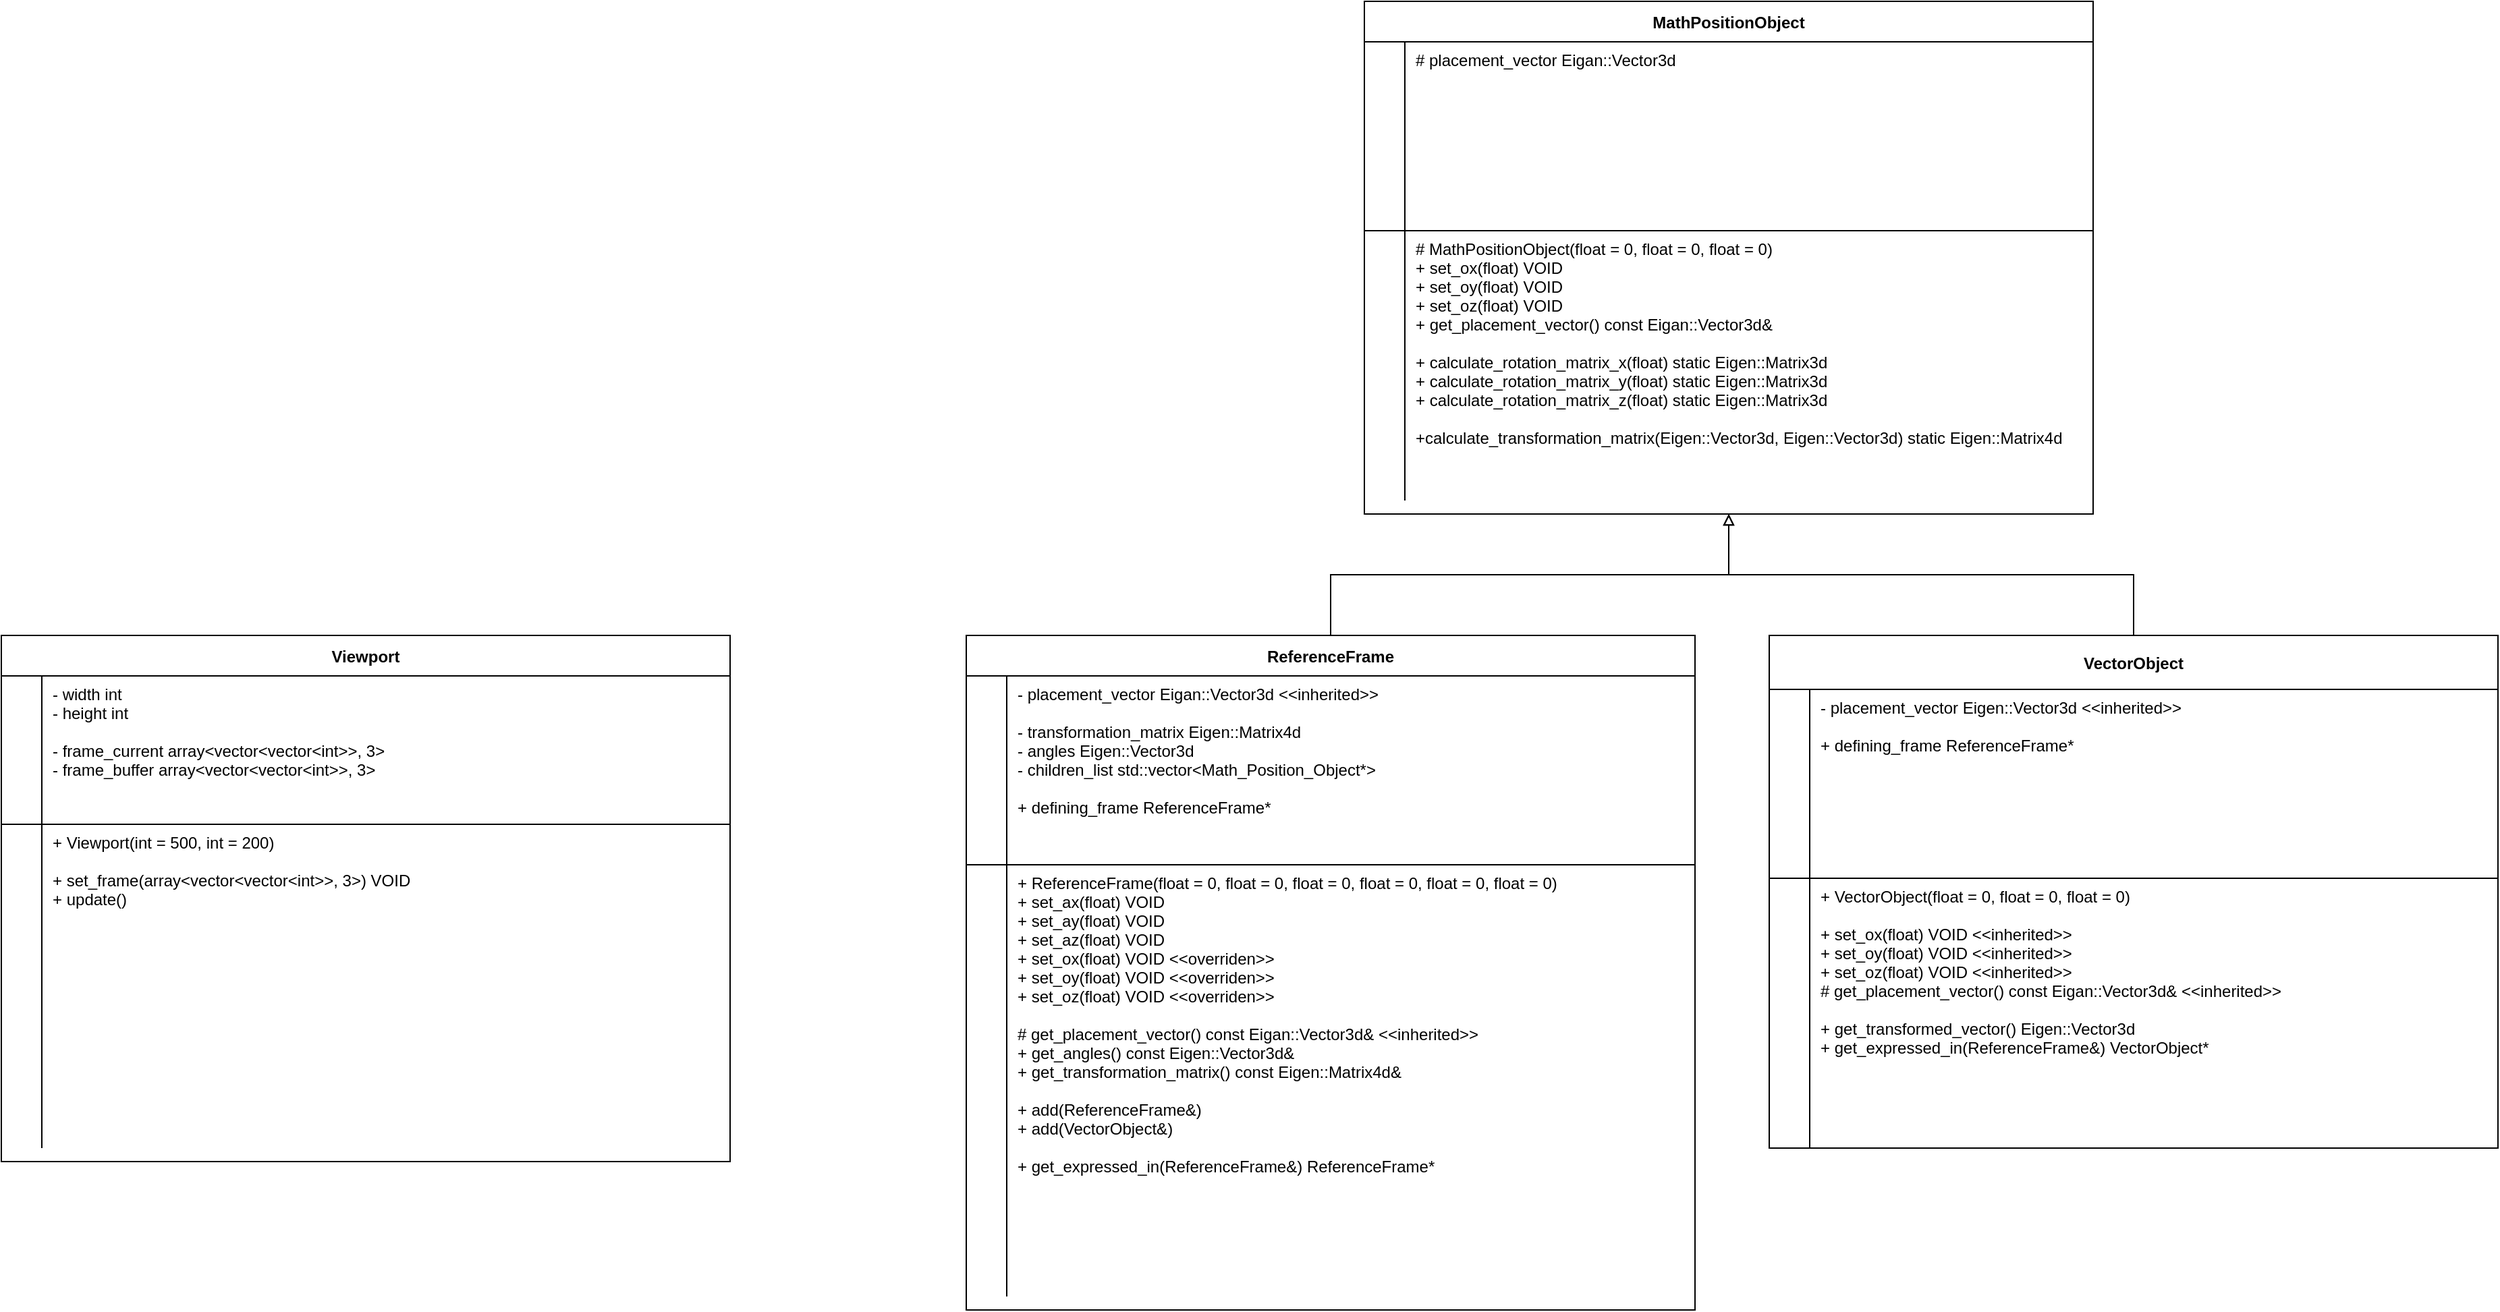
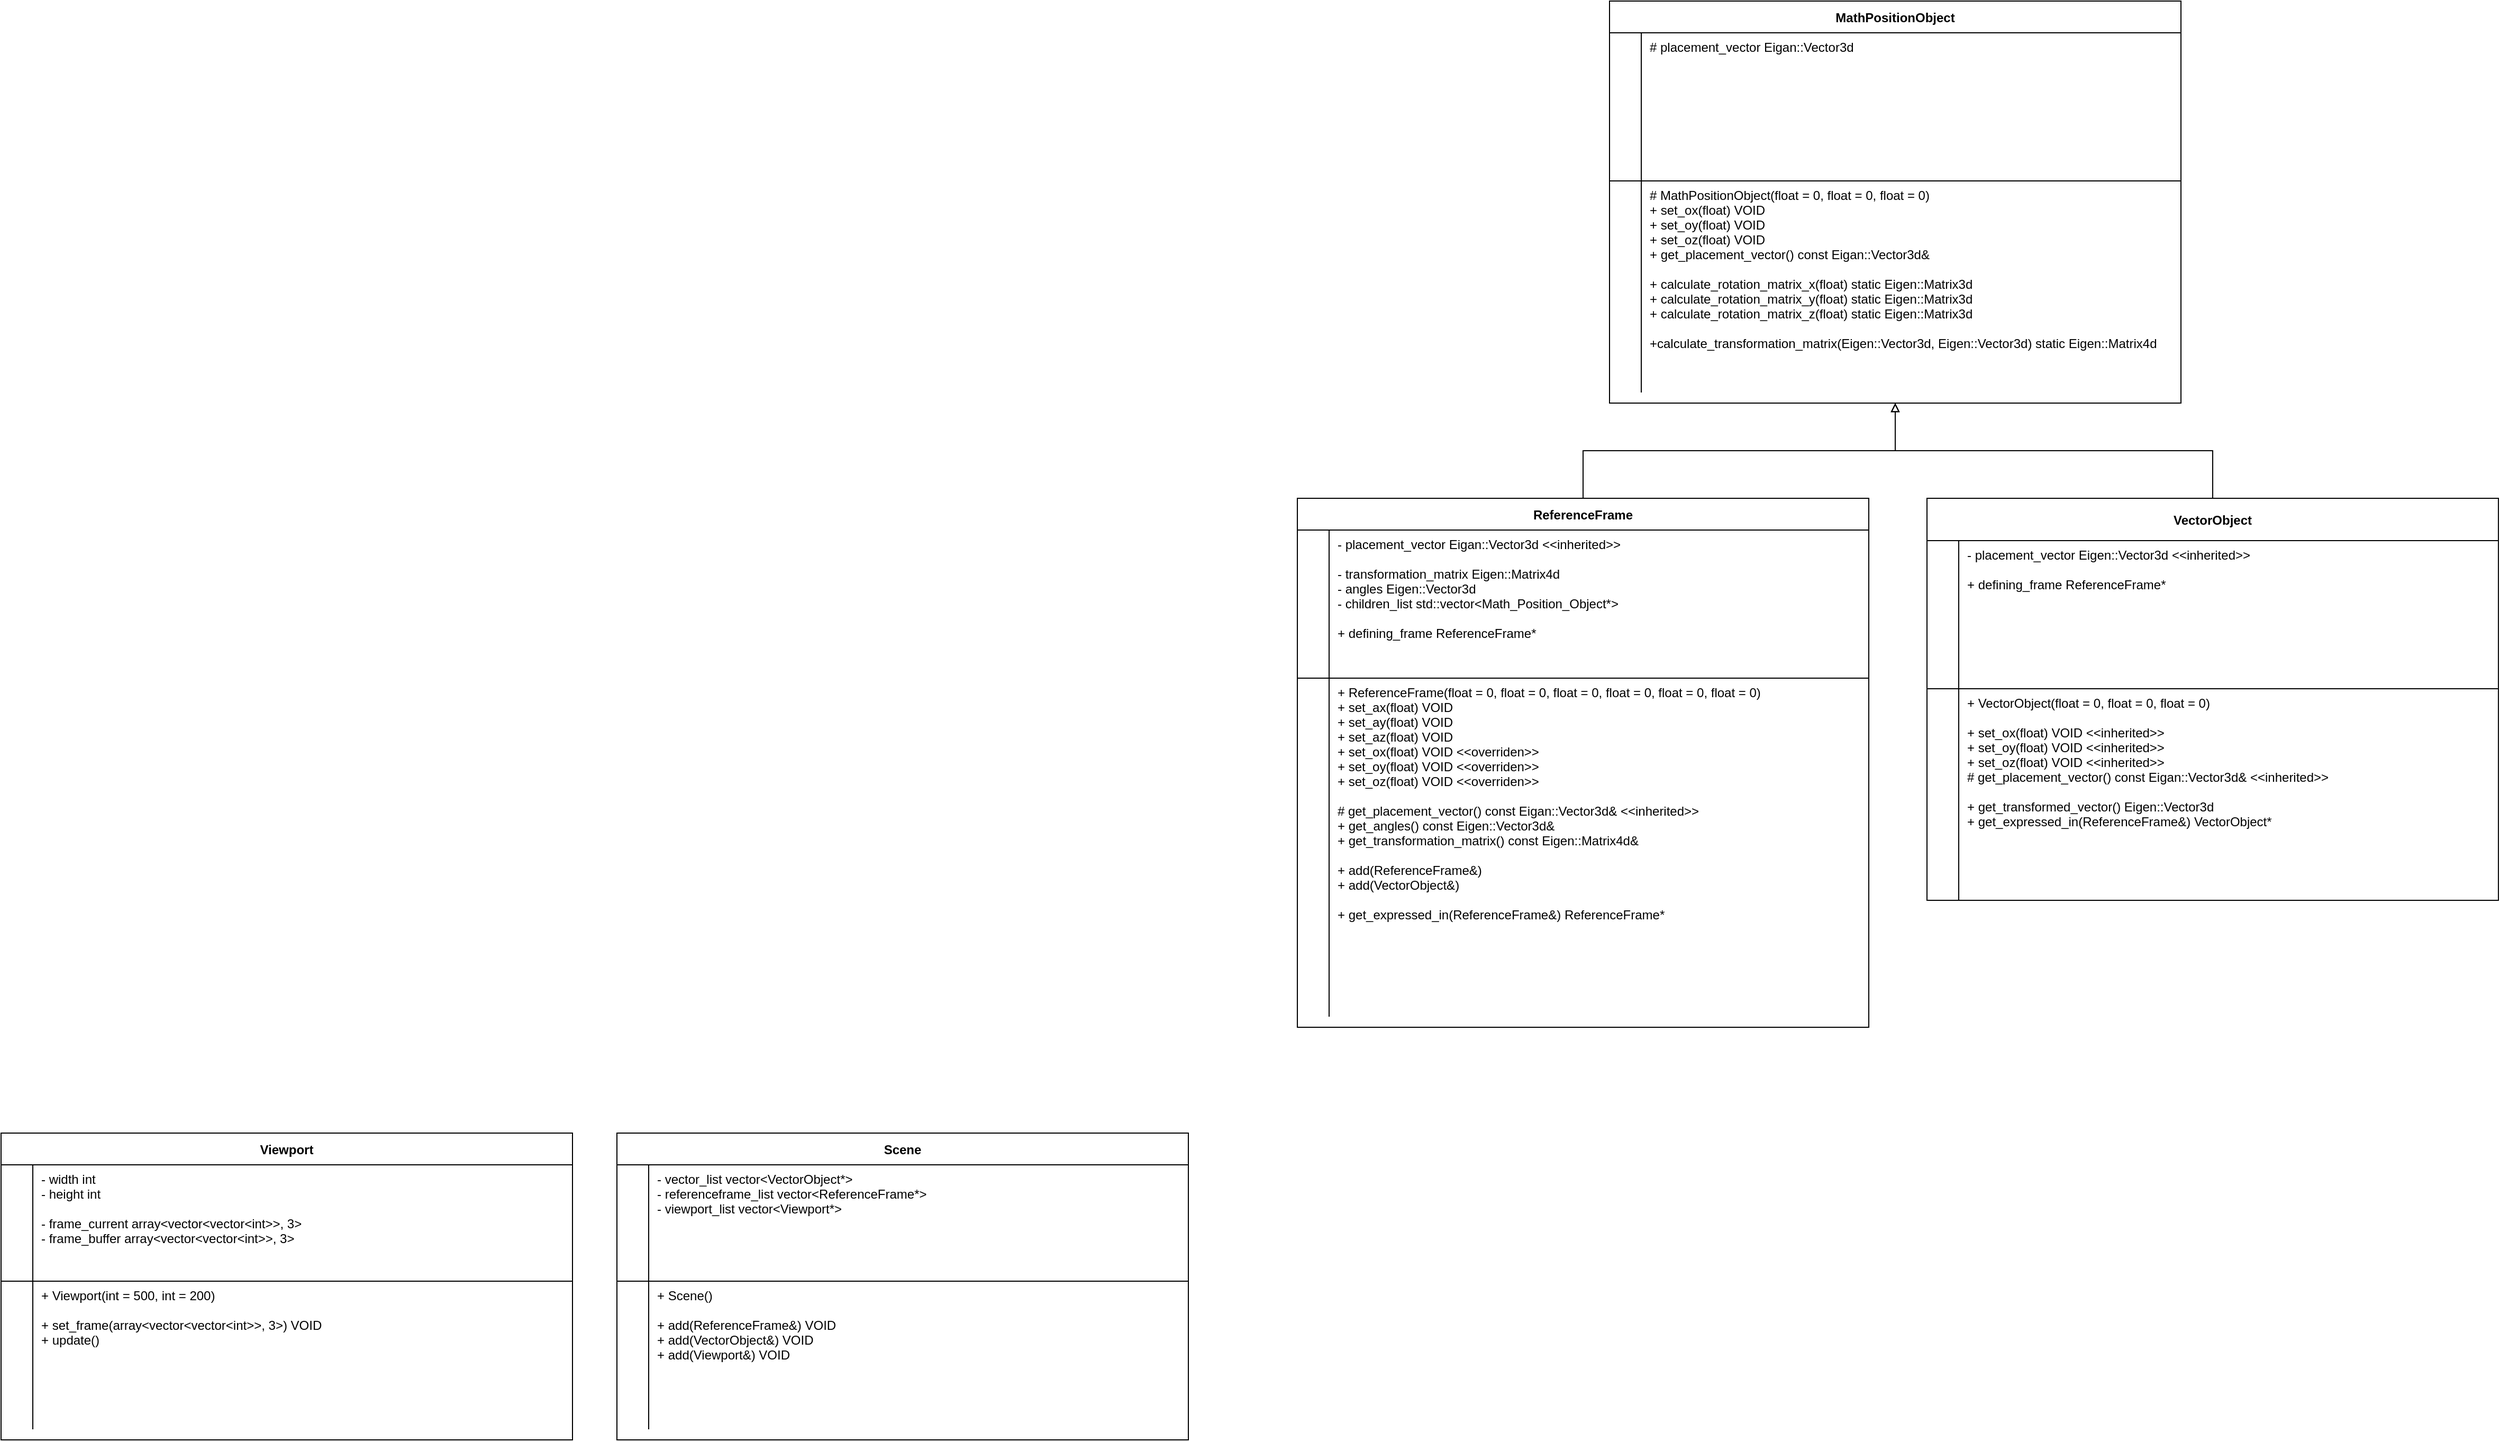
- <mxfile host="app.diagrams.net" modified="2024-07-12T13:03:08.882Z" agent="Mozilla/5.0 (Windows NT 10.0; Win64; x64) AppleWebKit/537.36 (KHTML, like Gecko) Chrome/126.0.0.0 Safari/537.36" version="24.6.4" etag="b0RJs3-nGSQOuHJXzux0" type="github">
+ <mxfile host="app.diagrams.net" modified="2024-07-12T13:08:44.133Z" agent="Mozilla/5.0 (Windows NT 10.0; Win64; x64) AppleWebKit/537.36 (KHTML, like Gecko) Chrome/126.0.0.0 Safari/537.36" version="24.6.4" etag="rnqgB9vRBvM5RmhBeCv0" type="github">
  <diagram id="R2lEEEUBdFMjLlhIrx00" name="Page-1">
-     <mxGraphModel dx="1429" dy="1680" grid="1" gridSize="10" guides="1" tooltips="1" connect="1" arrows="1" fold="1" page="1" pageScale="1" pageWidth="850" pageHeight="1100" math="0" shadow="0" extFonts="Permanent Marker^https://fonts.googleapis.com/css?family=Permanent+Marker">
+     <mxGraphModel dx="3003" dy="2405" grid="1" gridSize="10" guides="1" tooltips="1" connect="1" arrows="1" fold="1" page="1" pageScale="1" pageWidth="850" pageHeight="1100" math="0" shadow="0" extFonts="Permanent Marker^https://fonts.googleapis.com/css?family=Permanent+Marker">
      <root>
        <mxCell id="0" />
        <mxCell id="1" parent="0" />
        <mxCell id="okh86VpJrS4wdpOfNebr-22" style="edgeStyle=orthogonalEdgeStyle;rounded=0;orthogonalLoop=1;jettySize=auto;html=1;exitX=0.5;exitY=0;exitDx=0;exitDy=0;entryX=0.5;entryY=1;entryDx=0;entryDy=0;endArrow=block;endFill=0;" parent="1" source="C-vyLk0tnHw3VtMMgP7b-23" target="okh86VpJrS4wdpOfNebr-15" edge="1">
          <mxGeometry relative="1" as="geometry" />
        </mxCell>
        <mxCell id="C-vyLk0tnHw3VtMMgP7b-23" value="ReferenceFrame" style="shape=table;startSize=30;container=1;collapsible=1;childLayout=tableLayout;fixedRows=1;rowLines=0;fontStyle=1;align=center;resizeLast=1;" parent="1" vertex="1">
          <mxGeometry x="155" y="10" width="540" height="500" as="geometry">
            <mxRectangle x="20" y="120" width="140" height="30" as="alternateBounds" />
          </mxGeometry>
        </mxCell>
        <mxCell id="C-vyLk0tnHw3VtMMgP7b-24" value="" style="shape=partialRectangle;collapsible=0;dropTarget=0;pointerEvents=0;fillColor=none;points=[[0,0.5],[1,0.5]];portConstraint=eastwest;top=0;left=0;right=0;bottom=1;" parent="C-vyLk0tnHw3VtMMgP7b-23" vertex="1">
          <mxGeometry y="30" width="540" height="140" as="geometry" />
        </mxCell>
        <mxCell id="C-vyLk0tnHw3VtMMgP7b-25" value="" style="shape=partialRectangle;overflow=hidden;connectable=0;fillColor=none;top=0;left=0;bottom=0;right=0;fontStyle=1;" parent="C-vyLk0tnHw3VtMMgP7b-24" vertex="1">
          <mxGeometry width="30" height="140" as="geometry">
            <mxRectangle width="30" height="140" as="alternateBounds" />
          </mxGeometry>
        </mxCell>
        <mxCell id="C-vyLk0tnHw3VtMMgP7b-26" value="- placement_vector Eigan::Vector3d &lt;&lt;inherited&gt;&gt;&#xa;&#xa;- transformation_matrix Eigen::Matrix4d&#xa;- angles Eigen::Vector3d&#xa;- children_list std::vector&lt;Math_Position_Object*&gt;&#xa;&#xa;+ defining_frame ReferenceFrame*&#xa;" style="shape=partialRectangle;overflow=hidden;connectable=0;fillColor=none;top=0;left=0;bottom=0;right=0;align=left;spacingLeft=6;fontStyle=0;verticalAlign=top;" parent="C-vyLk0tnHw3VtMMgP7b-24" vertex="1">
          <mxGeometry x="30" width="510" height="140" as="geometry">
            <mxRectangle width="510" height="140" as="alternateBounds" />
          </mxGeometry>
        </mxCell>
        <mxCell id="C-vyLk0tnHw3VtMMgP7b-27" value="" style="shape=partialRectangle;collapsible=0;dropTarget=0;pointerEvents=0;fillColor=none;points=[[0,0.5],[1,0.5]];portConstraint=eastwest;top=0;left=0;right=0;bottom=0;" parent="C-vyLk0tnHw3VtMMgP7b-23" vertex="1">
          <mxGeometry y="170" width="540" height="320" as="geometry" />
        </mxCell>
        <mxCell id="C-vyLk0tnHw3VtMMgP7b-28" value="" style="shape=partialRectangle;overflow=hidden;connectable=0;fillColor=none;top=0;left=0;bottom=0;right=0;" parent="C-vyLk0tnHw3VtMMgP7b-27" vertex="1">
          <mxGeometry width="30" height="320" as="geometry">
            <mxRectangle width="30" height="320" as="alternateBounds" />
          </mxGeometry>
        </mxCell>
        <mxCell id="C-vyLk0tnHw3VtMMgP7b-29" value="+ ReferenceFrame(float = 0, float = 0, float = 0, float = 0, float = 0, float = 0)&#xa;+ set_ax(float) VOID&#xa;+ set_ay(float) VOID&#xa;+ set_az(float) VOID&#xa;+ set_ox(float) VOID &lt;&lt;overriden&gt;&gt;&#xa;+ set_oy(float) VOID &lt;&lt;overriden&gt;&gt;&#xa;+ set_oz(float) VOID &lt;&lt;overriden&gt;&gt;&#xa;&#xa;# get_placement_vector() const Eigan::Vector3d&amp; &lt;&lt;inherited&gt;&gt;&#xa;+ get_angles() const Eigen::Vector3d&amp;&#xa;+ get_transformation_matrix() const Eigen::Matrix4d&amp;&#xa;&#xa;+ add(ReferenceFrame&amp;)&#xa;+ add(VectorObject&amp;)&#xa;&#xa;+ get_expressed_in(ReferenceFrame&amp;) ReferenceFrame*&#xa;" style="shape=partialRectangle;overflow=hidden;connectable=0;fillColor=none;top=0;left=0;bottom=0;right=0;align=left;spacingLeft=6;verticalAlign=top;" parent="C-vyLk0tnHw3VtMMgP7b-27" vertex="1">
          <mxGeometry x="30" width="510" height="320" as="geometry">
            <mxRectangle width="510" height="320" as="alternateBounds" />
          </mxGeometry>
        </mxCell>
        <mxCell id="okh86VpJrS4wdpOfNebr-24" style="edgeStyle=orthogonalEdgeStyle;rounded=0;orthogonalLoop=1;jettySize=auto;html=1;entryX=0.5;entryY=1;entryDx=0;entryDy=0;endArrow=block;endFill=0;" parent="1" source="okh86VpJrS4wdpOfNebr-8" target="okh86VpJrS4wdpOfNebr-15" edge="1">
          <mxGeometry relative="1" as="geometry" />
        </mxCell>
        <mxCell id="okh86VpJrS4wdpOfNebr-8" value="VectorObject" style="shape=table;startSize=40;container=1;collapsible=1;childLayout=tableLayout;fixedRows=1;rowLines=0;fontStyle=1;align=center;resizeLast=1;" parent="1" vertex="1">
          <mxGeometry x="750" y="10" width="540" height="380" as="geometry">
            <mxRectangle x="20" y="120" width="140" height="30" as="alternateBounds" />
          </mxGeometry>
        </mxCell>
        <mxCell id="okh86VpJrS4wdpOfNebr-9" value="" style="shape=partialRectangle;collapsible=0;dropTarget=0;pointerEvents=0;fillColor=none;points=[[0,0.5],[1,0.5]];portConstraint=eastwest;top=0;left=0;right=0;bottom=1;" parent="okh86VpJrS4wdpOfNebr-8" vertex="1">
          <mxGeometry y="40" width="540" height="140" as="geometry" />
        </mxCell>
        <mxCell id="okh86VpJrS4wdpOfNebr-10" value="" style="shape=partialRectangle;overflow=hidden;connectable=0;fillColor=none;top=0;left=0;bottom=0;right=0;fontStyle=1;" parent="okh86VpJrS4wdpOfNebr-9" vertex="1">
          <mxGeometry width="30" height="140" as="geometry">
            <mxRectangle width="30" height="140" as="alternateBounds" />
          </mxGeometry>
        </mxCell>
        <mxCell id="okh86VpJrS4wdpOfNebr-11" value="- placement_vector Eigen::Vector3d &lt;&lt;inherited&gt;&gt;&#xa;&#xa;+ defining_frame ReferenceFrame*&#xa;" style="shape=partialRectangle;overflow=hidden;connectable=0;fillColor=none;top=0;left=0;bottom=0;right=0;align=left;spacingLeft=6;fontStyle=0;verticalAlign=top;" parent="okh86VpJrS4wdpOfNebr-9" vertex="1">
          <mxGeometry x="30" width="510" height="140" as="geometry">
            <mxRectangle width="510" height="140" as="alternateBounds" />
          </mxGeometry>
        </mxCell>
        <mxCell id="okh86VpJrS4wdpOfNebr-12" value="" style="shape=partialRectangle;collapsible=0;dropTarget=0;pointerEvents=0;fillColor=none;points=[[0,0.5],[1,0.5]];portConstraint=eastwest;top=0;left=0;right=0;bottom=0;" parent="okh86VpJrS4wdpOfNebr-8" vertex="1">
          <mxGeometry y="180" width="540" height="200" as="geometry" />
        </mxCell>
        <mxCell id="okh86VpJrS4wdpOfNebr-13" value="" style="shape=partialRectangle;overflow=hidden;connectable=0;fillColor=none;top=0;left=0;bottom=0;right=0;" parent="okh86VpJrS4wdpOfNebr-12" vertex="1">
          <mxGeometry width="30" height="200" as="geometry">
            <mxRectangle width="30" height="200" as="alternateBounds" />
          </mxGeometry>
        </mxCell>
        <mxCell id="okh86VpJrS4wdpOfNebr-14" value="+ VectorObject(float = 0, float = 0, float = 0)&#xa;&#xa;+ set_ox(float) VOID &lt;&lt;inherited&gt;&gt;&#xa;+ set_oy(float) VOID &lt;&lt;inherited&gt;&gt;&#xa;+ set_oz(float) VOID &lt;&lt;inherited&gt;&gt;&#xa;# get_placement_vector() const Eigan::Vector3d&amp; &lt;&lt;inherited&gt;&gt;&#xa;&#xa;+ get_transformed_vector() Eigen::Vector3d&#xa;+ get_expressed_in(ReferenceFrame&amp;) VectorObject*&#xa;" style="shape=partialRectangle;overflow=hidden;connectable=0;fillColor=none;top=0;left=0;bottom=0;right=0;align=left;spacingLeft=6;verticalAlign=top;" parent="okh86VpJrS4wdpOfNebr-12" vertex="1">
          <mxGeometry x="30" width="510" height="200" as="geometry">
            <mxRectangle width="510" height="200" as="alternateBounds" />
          </mxGeometry>
        </mxCell>
        <mxCell id="okh86VpJrS4wdpOfNebr-15" value="MathPositionObject" style="shape=table;startSize=30;container=1;collapsible=1;childLayout=tableLayout;fixedRows=1;rowLines=0;fontStyle=1;align=center;resizeLast=1;" parent="1" vertex="1">
          <mxGeometry x="450" y="-460" width="540" height="380" as="geometry">
            <mxRectangle x="20" y="120" width="140" height="30" as="alternateBounds" />
          </mxGeometry>
        </mxCell>
        <mxCell id="okh86VpJrS4wdpOfNebr-16" value="" style="shape=partialRectangle;collapsible=0;dropTarget=0;pointerEvents=0;fillColor=none;points=[[0,0.5],[1,0.5]];portConstraint=eastwest;top=0;left=0;right=0;bottom=1;" parent="okh86VpJrS4wdpOfNebr-15" vertex="1">
          <mxGeometry y="30" width="540" height="140" as="geometry" />
        </mxCell>
        <mxCell id="okh86VpJrS4wdpOfNebr-17" value="" style="shape=partialRectangle;overflow=hidden;connectable=0;fillColor=none;top=0;left=0;bottom=0;right=0;fontStyle=1;" parent="okh86VpJrS4wdpOfNebr-16" vertex="1">
          <mxGeometry width="30" height="140" as="geometry">
            <mxRectangle width="30" height="140" as="alternateBounds" />
          </mxGeometry>
        </mxCell>
        <mxCell id="okh86VpJrS4wdpOfNebr-18" value="# placement_vector Eigan::Vector3d" style="shape=partialRectangle;overflow=hidden;connectable=0;fillColor=none;top=0;left=0;bottom=0;right=0;align=left;spacingLeft=6;fontStyle=0;verticalAlign=top;" parent="okh86VpJrS4wdpOfNebr-16" vertex="1">
          <mxGeometry x="30" width="510" height="140" as="geometry">
            <mxRectangle width="510" height="140" as="alternateBounds" />
          </mxGeometry>
        </mxCell>
        <mxCell id="okh86VpJrS4wdpOfNebr-19" value="" style="shape=partialRectangle;collapsible=0;dropTarget=0;pointerEvents=0;fillColor=none;points=[[0,0.5],[1,0.5]];portConstraint=eastwest;top=0;left=0;right=0;bottom=0;" parent="okh86VpJrS4wdpOfNebr-15" vertex="1">
          <mxGeometry y="170" width="540" height="200" as="geometry" />
        </mxCell>
        <mxCell id="okh86VpJrS4wdpOfNebr-20" value="" style="shape=partialRectangle;overflow=hidden;connectable=0;fillColor=none;top=0;left=0;bottom=0;right=0;" parent="okh86VpJrS4wdpOfNebr-19" vertex="1">
          <mxGeometry width="30" height="200" as="geometry">
            <mxRectangle width="30" height="200" as="alternateBounds" />
          </mxGeometry>
        </mxCell>
        <mxCell id="okh86VpJrS4wdpOfNebr-21" value="# MathPositionObject(float = 0, float = 0, float = 0)&#xa;+ set_ox(float) VOID&#xa;+ set_oy(float) VOID&#xa;+ set_oz(float) VOID&#xa;+ get_placement_vector() const Eigan::Vector3d&amp;&#xa;&#xa;+ calculate_rotation_matrix_x(float) static Eigen::Matrix3d&#xa;+ calculate_rotation_matrix_y(float) static Eigen::Matrix3d&#xa;+ calculate_rotation_matrix_z(float) static Eigen::Matrix3d&#xa;&#xa;+calculate_transformation_matrix(Eigen::Vector3d, Eigen::Vector3d) static Eigen::Matrix4d" style="shape=partialRectangle;overflow=hidden;connectable=0;fillColor=none;top=0;left=0;bottom=0;right=0;align=left;spacingLeft=6;verticalAlign=top;" parent="okh86VpJrS4wdpOfNebr-19" vertex="1">
          <mxGeometry x="30" width="510" height="200" as="geometry">
            <mxRectangle width="510" height="200" as="alternateBounds" />
          </mxGeometry>
        </mxCell>
        <mxCell id="r-bQ3TE7wEd79o4w3r_l-1" value="Viewport" style="shape=table;startSize=30;container=1;collapsible=1;childLayout=tableLayout;fixedRows=1;rowLines=0;fontStyle=1;align=center;resizeLast=1;" vertex="1" parent="1">
-           <mxGeometry x="-560" y="10" width="540" height="390" as="geometry">
+           <mxGeometry x="-1070" y="610" width="540" height="290.0000000000002" as="geometry">
            <mxRectangle x="20" y="120" width="140" height="30" as="alternateBounds" />
          </mxGeometry>
        </mxCell>
        <mxCell id="r-bQ3TE7wEd79o4w3r_l-2" value="" style="shape=partialRectangle;collapsible=0;dropTarget=0;pointerEvents=0;fillColor=none;points=[[0,0.5],[1,0.5]];portConstraint=eastwest;top=0;left=0;right=0;bottom=1;" vertex="1" parent="r-bQ3TE7wEd79o4w3r_l-1">
          <mxGeometry y="30" width="540" height="110" as="geometry" />
        </mxCell>
        <mxCell id="r-bQ3TE7wEd79o4w3r_l-3" value="" style="shape=partialRectangle;overflow=hidden;connectable=0;fillColor=none;top=0;left=0;bottom=0;right=0;fontStyle=1;" vertex="1" parent="r-bQ3TE7wEd79o4w3r_l-2">
          <mxGeometry width="30" height="110" as="geometry">
            <mxRectangle width="30" height="110" as="alternateBounds" />
          </mxGeometry>
        </mxCell>
        <mxCell id="r-bQ3TE7wEd79o4w3r_l-4" value="- width int&#xa;- height int&#xa;&#xa;- frame_current array&lt;vector&lt;vector&lt;int&gt;&gt;, 3&gt;&#xa;- frame_buffer array&lt;vector&lt;vector&lt;int&gt;&gt;, 3&gt;" style="shape=partialRectangle;overflow=hidden;connectable=0;fillColor=none;top=0;left=0;bottom=0;right=0;align=left;spacingLeft=6;fontStyle=0;verticalAlign=top;" vertex="1" parent="r-bQ3TE7wEd79o4w3r_l-2">
          <mxGeometry x="30" width="510" height="110" as="geometry">
            <mxRectangle width="510" height="110" as="alternateBounds" />
          </mxGeometry>
        </mxCell>
        <mxCell id="r-bQ3TE7wEd79o4w3r_l-5" value="" style="shape=partialRectangle;collapsible=0;dropTarget=0;pointerEvents=0;fillColor=none;points=[[0,0.5],[1,0.5]];portConstraint=eastwest;top=0;left=0;right=0;bottom=0;" vertex="1" parent="r-bQ3TE7wEd79o4w3r_l-1">
-           <mxGeometry y="140" width="540" height="240" as="geometry" />
+           <mxGeometry y="140" width="540" height="140" as="geometry" />
        </mxCell>
        <mxCell id="r-bQ3TE7wEd79o4w3r_l-6" value="" style="shape=partialRectangle;overflow=hidden;connectable=0;fillColor=none;top=0;left=0;bottom=0;right=0;" vertex="1" parent="r-bQ3TE7wEd79o4w3r_l-5">
-           <mxGeometry width="30" height="240" as="geometry">
-             <mxRectangle width="30" height="240" as="alternateBounds" />
+           <mxGeometry width="30" height="140" as="geometry">
+             <mxRectangle width="30" height="140" as="alternateBounds" />
          </mxGeometry>
        </mxCell>
        <mxCell id="r-bQ3TE7wEd79o4w3r_l-7" value="+ Viewport(int = 500, int = 200)&#xa;&#xa;+ set_frame(array&lt;vector&lt;vector&lt;int&gt;&gt;, 3&gt;) VOID&#xa;+ update()&#xa;&#xa;" style="shape=partialRectangle;overflow=hidden;connectable=0;fillColor=none;top=0;left=0;bottom=0;right=0;align=left;spacingLeft=6;verticalAlign=top;" vertex="1" parent="r-bQ3TE7wEd79o4w3r_l-5">
-           <mxGeometry x="30" width="510" height="240" as="geometry">
-             <mxRectangle width="510" height="240" as="alternateBounds" />
+           <mxGeometry x="30" width="510" height="140" as="geometry">
+             <mxRectangle width="510" height="140" as="alternateBounds" />
+           </mxGeometry>
+         </mxCell>
+         <mxCell id="r-bQ3TE7wEd79o4w3r_l-8" value="Scene" style="shape=table;startSize=30;container=1;collapsible=1;childLayout=tableLayout;fixedRows=1;rowLines=0;fontStyle=1;align=center;resizeLast=1;" vertex="1" parent="1">
+           <mxGeometry x="-488" y="610" width="540" height="290.0000000000002" as="geometry">
+             <mxRectangle x="20" y="120" width="140" height="30" as="alternateBounds" />
+           </mxGeometry>
+         </mxCell>
+         <mxCell id="r-bQ3TE7wEd79o4w3r_l-9" value="" style="shape=partialRectangle;collapsible=0;dropTarget=0;pointerEvents=0;fillColor=none;points=[[0,0.5],[1,0.5]];portConstraint=eastwest;top=0;left=0;right=0;bottom=1;" vertex="1" parent="r-bQ3TE7wEd79o4w3r_l-8">
+           <mxGeometry y="30" width="540" height="110" as="geometry" />
+         </mxCell>
+         <mxCell id="r-bQ3TE7wEd79o4w3r_l-10" value="" style="shape=partialRectangle;overflow=hidden;connectable=0;fillColor=none;top=0;left=0;bottom=0;right=0;fontStyle=1;" vertex="1" parent="r-bQ3TE7wEd79o4w3r_l-9">
+           <mxGeometry width="30" height="110" as="geometry">
+             <mxRectangle width="30" height="110" as="alternateBounds" />
+           </mxGeometry>
+         </mxCell>
+         <mxCell id="r-bQ3TE7wEd79o4w3r_l-11" value="- vector_list vector&lt;VectorObject*&gt;&#xa;- referenceframe_list vector&lt;ReferenceFrame*&gt;&#xa;- viewport_list vector&lt;Viewport*&gt;" style="shape=partialRectangle;overflow=hidden;connectable=0;fillColor=none;top=0;left=0;bottom=0;right=0;align=left;spacingLeft=6;fontStyle=0;verticalAlign=top;" vertex="1" parent="r-bQ3TE7wEd79o4w3r_l-9">
+           <mxGeometry x="30" width="510" height="110" as="geometry">
+             <mxRectangle width="510" height="110" as="alternateBounds" />
+           </mxGeometry>
+         </mxCell>
+         <mxCell id="r-bQ3TE7wEd79o4w3r_l-12" value="" style="shape=partialRectangle;collapsible=0;dropTarget=0;pointerEvents=0;fillColor=none;points=[[0,0.5],[1,0.5]];portConstraint=eastwest;top=0;left=0;right=0;bottom=0;" vertex="1" parent="r-bQ3TE7wEd79o4w3r_l-8">
+           <mxGeometry y="140" width="540" height="140" as="geometry" />
+         </mxCell>
+         <mxCell id="r-bQ3TE7wEd79o4w3r_l-13" value="" style="shape=partialRectangle;overflow=hidden;connectable=0;fillColor=none;top=0;left=0;bottom=0;right=0;" vertex="1" parent="r-bQ3TE7wEd79o4w3r_l-12">
+           <mxGeometry width="30" height="140" as="geometry">
+             <mxRectangle width="30" height="140" as="alternateBounds" />
+           </mxGeometry>
+         </mxCell>
+         <mxCell id="r-bQ3TE7wEd79o4w3r_l-14" value="+ Scene()&#xa;&#xa;+ add(ReferenceFrame&amp;) VOID&#xa;+ add(VectorObject&amp;) VOID&#xa;+ add(Viewport&amp;) VOID&#xa;" style="shape=partialRectangle;overflow=hidden;connectable=0;fillColor=none;top=0;left=0;bottom=0;right=0;align=left;spacingLeft=6;verticalAlign=top;" vertex="1" parent="r-bQ3TE7wEd79o4w3r_l-12">
+           <mxGeometry x="30" width="510" height="140" as="geometry">
+             <mxRectangle width="510" height="140" as="alternateBounds" />
          </mxGeometry>
        </mxCell>
      </root>
    </mxGraphModel>
  </diagram>
</mxfile>
